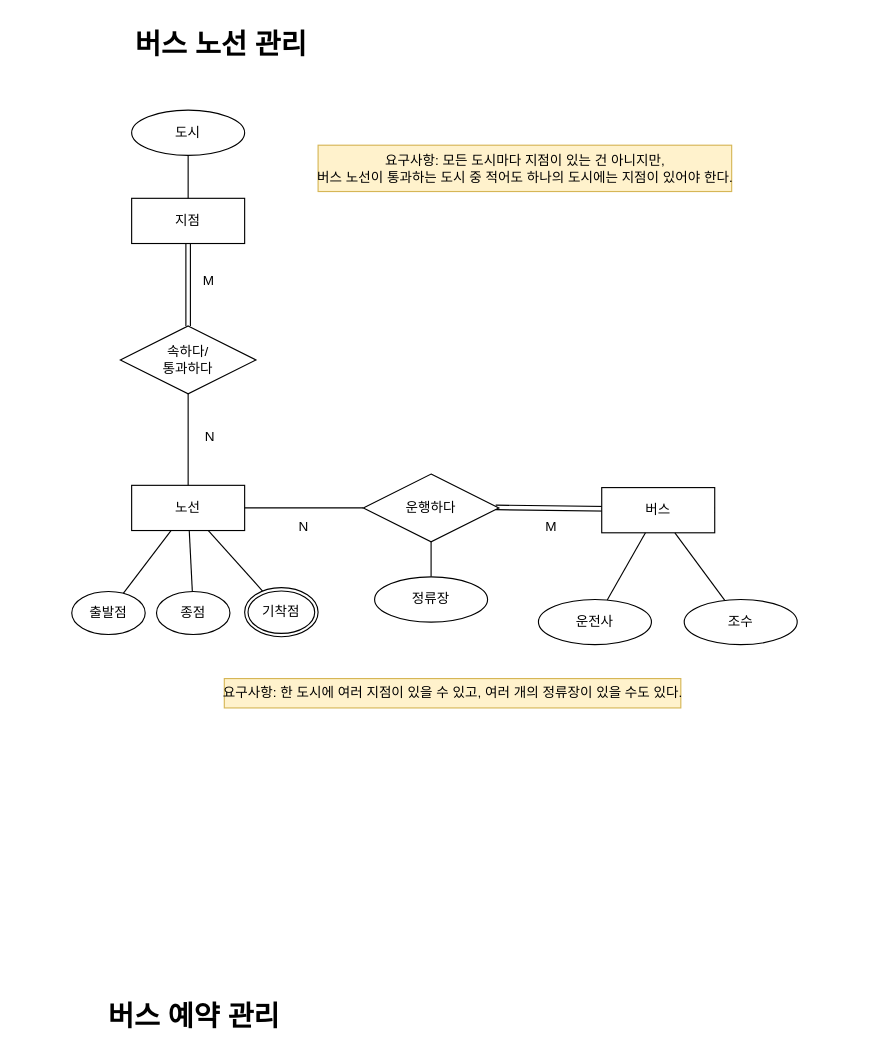
Earlier version of the draw.io diagram DBStudio/DBStudio_Ass9_BusCompany.drawio (cobinding/draw.io_collection). Source tidied: cells renumbered, new cells numbered last; positions are measured from the earlier drawing's top-left corner, leaving out a move shared by most shapes. Both pictures are drawn from the tidied source at 113%, with x=0, y=0 at pixel (71, 19).
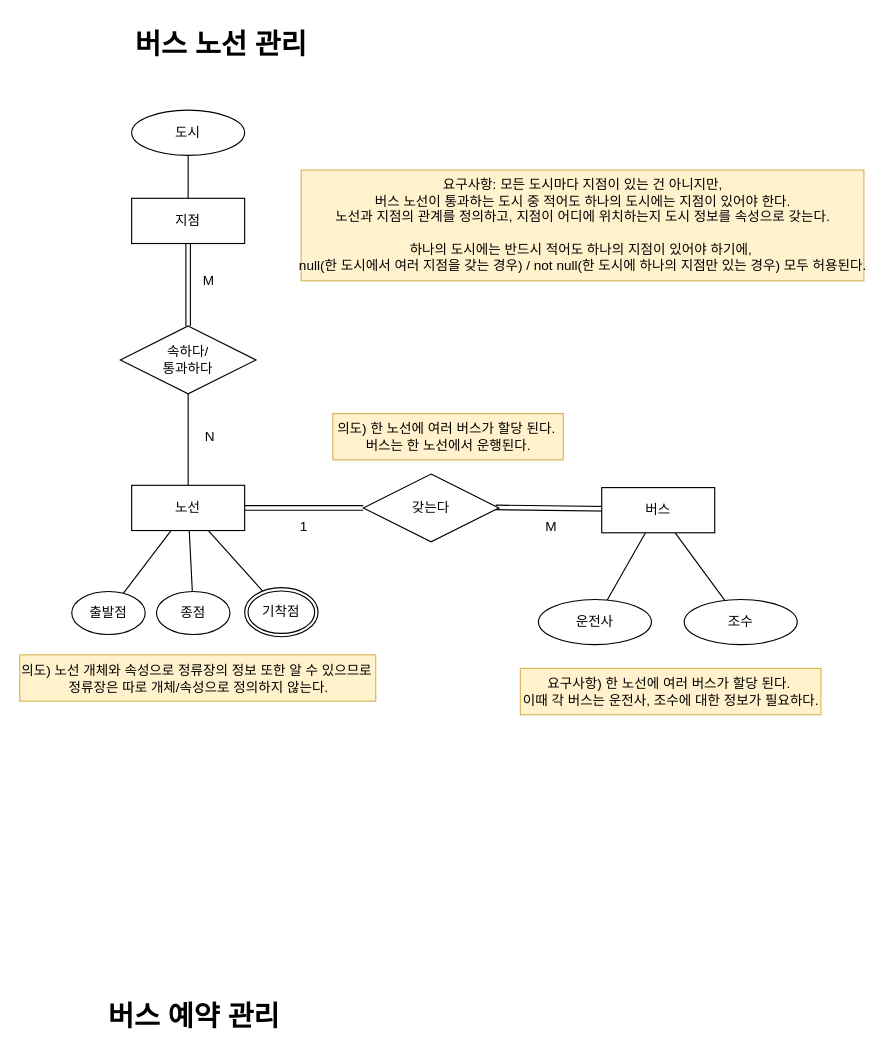
The same diagram, later.

The change refers to these unchanged cells:
```xml
<mxCell id="6" value="버스" style="whiteSpace=wrap;html=1;align=center;" parent="1" vertex="1">
  <mxGeometry x="469" y="414" width="100" height="40" as="geometry" />
</mxCell>
<mxCell id="7" value="노선" style="whiteSpace=wrap;html=1;align=center;" parent="1" vertex="1">
  <mxGeometry x="53" y="412" width="100" height="40" as="geometry" />
</mxCell>
<mxCell id="18" value="조수" style="ellipse;whiteSpace=wrap;html=1;align=center;" parent="1" vertex="1">
  <mxGeometry x="542" y="513" width="100" height="40" as="geometry" />
</mxCell>
```

Change to the diagram source:
```diff
@@
-    <mxCell id="8" value="운행하다" style="shape=rhombus;perimeter=rhombusPerimeter;whiteSpace=wrap;html=1;align=center;" parent="1" vertex="1">
+    <mxCell id="8" value="갖는다" style="shape=rhombus;perimeter=rhombusPerimeter;whiteSpace=wrap;html=1;align=center;" parent="1" vertex="1">
       <mxGeometry x="258" y="402" width="120" height="60" as="geometry" />
     </mxCell>
-    <mxCell id="9" style="rounded=0;jettySize=auto;html=1;entryX=1;entryY=0.5;entryDx=0;entryDy=0;endArrow=none;endFill=0;exitX=0;exitY=0.5;exitDx=0;exitDy=0;" parent="1" edge="1" source="8" target="7">
+    <mxCell id="9" style="rounded=0;jettySize=auto;html=1;entryX=1;entryY=0.5;entryDx=0;entryDy=0;endArrow=none;endFill=0;exitX=0;exitY=0.5;exitDx=0;exitDy=0;shape=link;" parent="1" edge="1" source="8" target="7">
       <mxGeometry relative="1" as="geometry" />
     </mxCell>
@@
-    <mxCell id="13" style="rounded=0;jettySize=auto;html=1;endArrow=none;endFill=0;entryX=0.5;entryY=1;entryDx=0;entryDy=0;" parent="1" edge="1" source="14" target="8">
-      <mxGeometry relative="1" as="geometry" />
-    </mxCell>
-    <mxCell id="14" value="정류장" style="ellipse;whiteSpace=wrap;html=1;align=center;" parent="1" vertex="1">
-      <mxGeometry x="268" y="493" width="100" height="40" as="geometry" />
-    </mxCell>
@@
-    <mxCell id="17" style="rounded=0;jettySize=auto;html=1;endArrow=none;endFill=0;" parent="1" edge="1" source="18" target="6">
-      <mxGeometry relative="1" as="geometry" />
+    <mxCell id="17" style="rounded=0;jettySize=auto;html=1;endArrow=none;endFill=0;" parent="1" edge="1" source="18">
+      <mxGeometry relative="1" as="geometry">
+        <mxPoint x="534" y="454" as="targetPoint" />
+      </mxGeometry>
     </mxCell>
@@
-    <mxCell id="26" value="N" style="text;html=1;align=center;verticalAlign=middle;strokeColor=none;fillColor=none;" parent="1" vertex="1">
-      <mxGeometry x="191" y="436" width="27" height="26" as="geometry" />
+    <mxCell id="26" value="1" style="text;html=1;align=center;verticalAlign=middle;strokeColor=none;fillColor=none;" parent="1" vertex="1">
+      <mxGeometry x="192" y="436" width="25" height="26" as="geometry" />
     </mxCell>
-    <mxCell id="27" value="요구사항: 모든 도시마다 지점이 있는 건 아니지만,&lt;div&gt;버스 노선이 통과하는 도시 중 적어도 하나의 도시에는 지점이 있어야 한다.&lt;/div&gt;" style="text;html=1;align=center;verticalAlign=middle;strokeColor=#d6b656;fillColor=#fff2cc;" parent="1" vertex="1">
-      <mxGeometry x="218" y="111" width="366" height="41" as="geometry" />
+    <mxCell id="27" value="요구사항: 모든 도시마다 지점이 있는 건 아니지만,&lt;div&gt;버스 노선이 통과하는 도시 중 적어도 하나의 도시에는 지점이 있어야 한다.&lt;/div&gt;&lt;div&gt;노선과 지점의 관계를 정의하고, 지점이 어디에 위치하는지 도시 정보를 속성으로 갖는다.&lt;/div&gt;&lt;div&gt;&lt;br&gt;&lt;/div&gt;&lt;div&gt;하나의 도시에는 반드시 적어도 하나의 지점이 있어야 하기에,&amp;nbsp;&lt;/div&gt;&lt;div&gt;null(한 도시에서 여러 지점을 갖는 경우) / not null(한 도시에 하나의 지점만 있는 경우) 모두 허용된다.&lt;/div&gt;" style="text;html=1;align=center;verticalAlign=middle;strokeColor=#d6b656;fillColor=#fff2cc;" parent="1" vertex="1">
+      <mxGeometry x="203" y="133" width="498" height="98" as="geometry" />
     </mxCell>
-    <mxCell id="28" value="요구사항: 한 도시에 여러 지점이 있을 수 있고, 여러 개의 정류장이 있을 수도 있다." style="text;html=1;align=center;verticalAlign=middle;strokeColor=#d6b656;fillColor=#fff2cc;" parent="1" vertex="1">
-      <mxGeometry x="135" y="583" width="404" height="26" as="geometry" />
+    <mxCell id="28" value="의도) 노선 개체와 속성으로 정류장의 정보 또한 알 수 있으므로&amp;nbsp;&lt;div&gt;정류장은 따로 개체/속성으로 정의하지 않는다.&lt;/div&gt;" style="text;html=1;align=center;verticalAlign=middle;strokeColor=#d6b656;fillColor=#fff2cc;" parent="1" vertex="1">
+      <mxGeometry x="-46" y="562" width="315" height="41" as="geometry" />
     </mxCell>
@@
+    <mxCell id="33" value="요구사항) 한 노선에 여러 버스가 할당 된다.&amp;nbsp;&lt;div&gt;이때 각 버스는 운전사, 조수에 대한 정보가 필요하다.&lt;/div&gt;" style="text;html=1;align=center;verticalAlign=middle;strokeColor=#d6b656;fillColor=#fff2cc;" parent="1" vertex="1">
+      <mxGeometry x="397" y="574" width="266" height="41" as="geometry" />
+    </mxCell>
+    <mxCell id="34" value="의도) 한 노선에 여러 버스가 할당 된다.&amp;nbsp;&lt;div&gt;버스는 한 노선에서 운행된다.&lt;/div&gt;" style="text;html=1;align=center;verticalAlign=middle;strokeColor=#d6b656;fillColor=#fff2cc;" parent="1" vertex="1">
+      <mxGeometry x="231" y="348.5" width="204" height="41" as="geometry" />
+    </mxCell>
```
